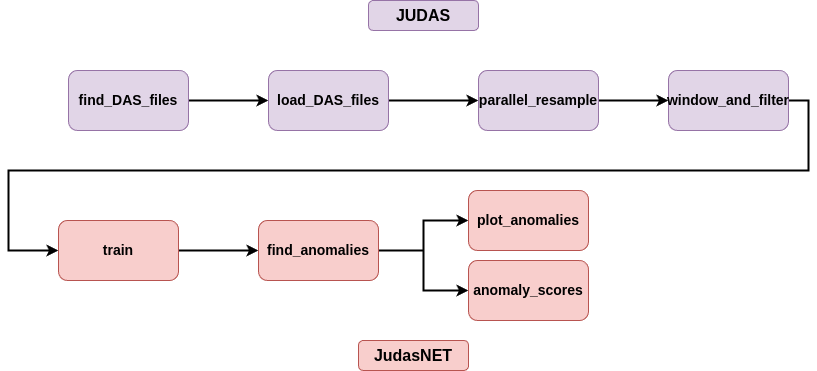
The draw.io diagram figures/api_overview.png in Jafagervik/master-thesis, before a commit. Source tidied: cells renumbered, new cells last; positions are measured from the earlier drawing's top-left corner, leaving out a move shared by most shapes. Its diagram source:
```xml
<mxGraphModel>
  <root>
    <mxCell id="0" />
    <mxCell id="1" parent="0" />
    <mxCell id="2" style="edgeStyle=orthogonalEdgeStyle;rounded=0;jettySize=auto;html=1;strokeWidth=2;" parent="1" edge="1" source="3" target="5">
      <mxGeometry relative="1" as="geometry" />
    </mxCell>
    <mxCell id="3" value="&lt;font style=&quot;font-size: 14px;&quot;&gt;&lt;b&gt;find_DAS_files&lt;/b&gt;&lt;/font&gt;" style="rounded=1;whiteSpace=wrap;html=1;fillColor=#e1d5e7;strokeColor=#9673a6;" parent="1" vertex="1">
      <mxGeometry x="60" y="70" width="120" height="60" as="geometry" />
    </mxCell>
    <mxCell id="4" style="edgeStyle=orthogonalEdgeStyle;rounded=0;jettySize=auto;html=1;entryX=0;entryY=0.5;entryDx=0;entryDy=0;strokeWidth=2;" parent="1" edge="1" source="5" target="7">
      <mxGeometry relative="1" as="geometry" />
    </mxCell>
    <mxCell id="5" value="&lt;font style=&quot;font-size: 14px;&quot;&gt;&lt;b&gt;load_DAS_files&lt;/b&gt;&lt;/font&gt;" style="rounded=1;whiteSpace=wrap;html=1;fillColor=#e1d5e7;strokeColor=#9673a6;" parent="1" vertex="1">
      <mxGeometry x="260" y="70" width="120" height="60" as="geometry" />
    </mxCell>
    <mxCell id="6" style="edgeStyle=orthogonalEdgeStyle;rounded=0;jettySize=auto;html=1;entryX=0;entryY=0.5;entryDx=0;entryDy=0;strokeWidth=2;" parent="1" edge="1" source="7" target="9">
      <mxGeometry relative="1" as="geometry" />
    </mxCell>
    <mxCell id="7" value="&lt;font style=&quot;font-size: 14px;&quot;&gt;&lt;b&gt;parallel_resample&lt;/b&gt;&lt;/font&gt;" style="rounded=1;whiteSpace=wrap;html=1;fillColor=#e1d5e7;strokeColor=#9673a6;" parent="1" vertex="1">
      <mxGeometry x="470" y="70" width="120" height="60" as="geometry" />
    </mxCell>
    <mxCell id="8" style="edgeStyle=orthogonalEdgeStyle;rounded=0;jettySize=auto;html=1;entryX=0;entryY=0.5;entryDx=0;entryDy=0;exitX=1;exitY=0.5;exitDx=0;exitDy=0;strokeWidth=2;" parent="1" edge="1" source="9" target="11">
      <mxGeometry relative="1" as="geometry">
        <Array as="points">
          <mxPoint x="800" y="100" />
          <mxPoint x="800" y="170" />
          <mxPoint y="170" />
          <mxPoint y="250" />
        </Array>
      </mxGeometry>
    </mxCell>
    <mxCell id="9" value="&lt;font style=&quot;font-size: 14px;&quot;&gt;&lt;b&gt;window_and_filter&lt;/b&gt;&lt;/font&gt;" style="rounded=1;whiteSpace=wrap;html=1;fillColor=#e1d5e7;strokeColor=#9673a6;" parent="1" vertex="1">
      <mxGeometry x="660" y="70" width="120" height="60" as="geometry" />
    </mxCell>
    <mxCell id="10" style="edgeStyle=orthogonalEdgeStyle;rounded=0;jettySize=auto;html=1;entryX=0;entryY=0.5;entryDx=0;entryDy=0;strokeWidth=2;" parent="1" edge="1" source="11" target="14">
      <mxGeometry relative="1" as="geometry" />
    </mxCell>
    <mxCell id="11" value="&lt;font style=&quot;font-size: 14px;&quot;&gt;&lt;b&gt;train&lt;/b&gt;&lt;/font&gt;" style="rounded=1;whiteSpace=wrap;html=1;fillColor=#f8cecc;strokeColor=#b85450;" parent="1" vertex="1">
      <mxGeometry x="50" y="220" width="120" height="60" as="geometry" />
    </mxCell>
    <mxCell id="12" style="edgeStyle=orthogonalEdgeStyle;rounded=0;jettySize=auto;html=1;entryX=0;entryY=0.5;entryDx=0;entryDy=0;strokeWidth=2;" parent="1" edge="1" source="14" target="15">
      <mxGeometry relative="1" as="geometry" />
    </mxCell>
    <mxCell id="13" style="edgeStyle=orthogonalEdgeStyle;rounded=0;jettySize=auto;html=1;exitX=1;exitY=0.5;exitDx=0;exitDy=0;entryX=0;entryY=0.5;entryDx=0;entryDy=0;strokeWidth=2;" parent="1" edge="1" source="14" target="16">
      <mxGeometry relative="1" as="geometry" />
    </mxCell>
    <mxCell id="14" value="&lt;font style=&quot;font-size: 14px;&quot;&gt;&lt;b&gt;find_anomalies&lt;/b&gt;&lt;/font&gt;" style="rounded=1;whiteSpace=wrap;html=1;fillColor=#f8cecc;strokeColor=#b85450;" parent="1" vertex="1">
      <mxGeometry x="250" y="220" width="120" height="60" as="geometry" />
    </mxCell>
    <mxCell id="15" value="&lt;font style=&quot;font-size: 14px;&quot;&gt;&lt;b&gt;plot_anomalies&lt;/b&gt;&lt;/font&gt;" style="rounded=1;whiteSpace=wrap;html=1;fillColor=#f8cecc;strokeColor=#b85450;" parent="1" vertex="1">
      <mxGeometry x="460" y="190" width="120" height="60" as="geometry" />
    </mxCell>
    <mxCell id="16" value="&lt;font style=&quot;font-size: 14px;&quot;&gt;&lt;b&gt;anomaly_scores&lt;/b&gt;&lt;/font&gt;" style="rounded=1;whiteSpace=wrap;html=1;fillColor=#f8cecc;strokeColor=#b85450;" parent="1" vertex="1">
      <mxGeometry x="460" y="260" width="120" height="60" as="geometry" />
    </mxCell>
    <mxCell id="17" value="&lt;b&gt;&lt;font style=&quot;font-size: 16px;&quot;&gt;JUDAS&lt;/font&gt;&lt;/b&gt;" style="rounded=1;whiteSpace=wrap;html=1;fillColor=#e1d5e7;strokeColor=#9673a6;" parent="1" vertex="1">
      <mxGeometry x="360" width="110" height="30" as="geometry" />
    </mxCell>
    <mxCell id="18" value="&lt;b&gt;&lt;font style=&quot;font-size: 16px;&quot;&gt;JudasNET&lt;/font&gt;&lt;/b&gt;" style="rounded=1;whiteSpace=wrap;html=1;fillColor=#f8cecc;strokeColor=#b85450;" parent="1" vertex="1">
      <mxGeometry x="350" y="340" width="110" height="30" as="geometry" />
    </mxCell>
  </root>
</mxGraphModel>
```
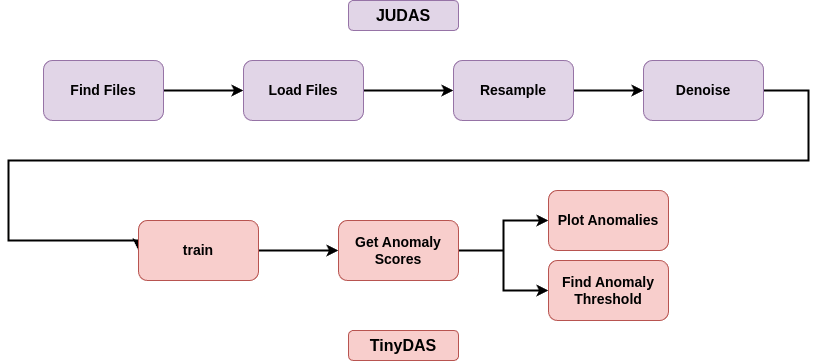
The same file after the commit.

Diff of the diagram source:
```diff
@@ -5,20 +5,20 @@
     <mxCell id="2" style="edgeStyle=orthogonalEdgeStyle;rounded=0;jettySize=auto;html=1;strokeWidth=2;" parent="1" edge="1" source="3" target="5">
       <mxGeometry relative="1" as="geometry" />
     </mxCell>
-    <mxCell id="3" value="&lt;font style=&quot;font-size: 14px;&quot;&gt;&lt;b&gt;find_DAS_files&lt;/b&gt;&lt;/font&gt;" style="rounded=1;whiteSpace=wrap;html=1;fillColor=#e1d5e7;strokeColor=#9673a6;" parent="1" vertex="1">
-      <mxGeometry x="60" y="70" width="120" height="60" as="geometry" />
+    <mxCell id="3" value="&lt;span style=&quot;font-size: 14px;&quot;&gt;&lt;b&gt;Find Files&lt;/b&gt;&lt;/span&gt;" style="rounded=1;whiteSpace=wrap;html=1;fillColor=#e1d5e7;strokeColor=#9673a6;" parent="1" vertex="1">
+      <mxGeometry x="35" y="70" width="120" height="60" as="geometry" />
     </mxCell>
     <mxCell id="4" style="edgeStyle=orthogonalEdgeStyle;rounded=0;jettySize=auto;html=1;entryX=0;entryY=0.5;entryDx=0;entryDy=0;strokeWidth=2;" parent="1" edge="1" source="5" target="7">
       <mxGeometry relative="1" as="geometry" />
     </mxCell>
-    <mxCell id="5" value="&lt;font style=&quot;font-size: 14px;&quot;&gt;&lt;b&gt;load_DAS_files&lt;/b&gt;&lt;/font&gt;" style="rounded=1;whiteSpace=wrap;html=1;fillColor=#e1d5e7;strokeColor=#9673a6;" parent="1" vertex="1">
-      <mxGeometry x="260" y="70" width="120" height="60" as="geometry" />
+    <mxCell id="5" value="&lt;font style=&quot;font-size: 14px;&quot;&gt;&lt;b&gt;Load Files&lt;/b&gt;&lt;/font&gt;" style="rounded=1;whiteSpace=wrap;html=1;fillColor=#e1d5e7;strokeColor=#9673a6;" parent="1" vertex="1">
+      <mxGeometry x="235" y="70" width="120" height="60" as="geometry" />
     </mxCell>
     <mxCell id="6" style="edgeStyle=orthogonalEdgeStyle;rounded=0;jettySize=auto;html=1;entryX=0;entryY=0.5;entryDx=0;entryDy=0;strokeWidth=2;" parent="1" edge="1" source="7" target="9">
       <mxGeometry relative="1" as="geometry" />
     </mxCell>
-    <mxCell id="7" value="&lt;font style=&quot;font-size: 14px;&quot;&gt;&lt;b&gt;parallel_resample&lt;/b&gt;&lt;/font&gt;" style="rounded=1;whiteSpace=wrap;html=1;fillColor=#e1d5e7;strokeColor=#9673a6;" parent="1" vertex="1">
-      <mxGeometry x="470" y="70" width="120" height="60" as="geometry" />
+    <mxCell id="7" value="&lt;font style=&quot;font-size: 14px;&quot;&gt;&lt;b&gt;Resample&lt;/b&gt;&lt;/font&gt;" style="rounded=1;whiteSpace=wrap;html=1;fillColor=#e1d5e7;strokeColor=#9673a6;" parent="1" vertex="1">
+      <mxGeometry x="445" y="70" width="120" height="60" as="geometry" />
     </mxCell>
     <mxCell id="8" style="edgeStyle=orthogonalEdgeStyle;rounded=0;jettySize=auto;html=1;entryX=0;entryY=0.5;entryDx=0;entryDy=0;exitX=1;exitY=0.5;exitDx=0;exitDy=0;strokeWidth=2;" parent="1" edge="1" source="9" target="11">
       <mxGeometry relative="1" as="geometry">
@@ -30,14 +30,14 @@
         </Array>
       </mxGeometry>
     </mxCell>
-    <mxCell id="9" value="&lt;font style=&quot;font-size: 14px;&quot;&gt;&lt;b&gt;window_and_filter&lt;/b&gt;&lt;/font&gt;" style="rounded=1;whiteSpace=wrap;html=1;fillColor=#e1d5e7;strokeColor=#9673a6;" parent="1" vertex="1">
-      <mxGeometry x="660" y="70" width="120" height="60" as="geometry" />
+    <mxCell id="9" value="&lt;font style=&quot;font-size: 14px;&quot;&gt;&lt;b&gt;Denoise&lt;/b&gt;&lt;/font&gt;" style="rounded=1;whiteSpace=wrap;html=1;fillColor=#e1d5e7;strokeColor=#9673a6;" parent="1" vertex="1">
+      <mxGeometry x="635" y="70" width="120" height="60" as="geometry" />
     </mxCell>
     <mxCell id="10" style="edgeStyle=orthogonalEdgeStyle;rounded=0;jettySize=auto;html=1;entryX=0;entryY=0.5;entryDx=0;entryDy=0;strokeWidth=2;" parent="1" edge="1" source="11" target="14">
       <mxGeometry relative="1" as="geometry" />
     </mxCell>
     <mxCell id="11" value="&lt;font style=&quot;font-size: 14px;&quot;&gt;&lt;b&gt;train&lt;/b&gt;&lt;/font&gt;" style="rounded=1;whiteSpace=wrap;html=1;fillColor=#f8cecc;strokeColor=#b85450;" parent="1" vertex="1">
-      <mxGeometry x="50" y="220" width="120" height="60" as="geometry" />
+      <mxGeometry x="130" y="230" width="120" height="60" as="geometry" />
     </mxCell>
     <mxCell id="12" style="edgeStyle=orthogonalEdgeStyle;rounded=0;jettySize=auto;html=1;entryX=0;entryY=0.5;entryDx=0;entryDy=0;strokeWidth=2;" parent="1" edge="1" source="14" target="15">
       <mxGeometry relative="1" as="geometry" />
@@ -45,20 +45,20 @@
     <mxCell id="13" style="edgeStyle=orthogonalEdgeStyle;rounded=0;jettySize=auto;html=1;exitX=1;exitY=0.5;exitDx=0;exitDy=0;entryX=0;entryY=0.5;entryDx=0;entryDy=0;strokeWidth=2;" parent="1" edge="1" source="14" target="16">
       <mxGeometry relative="1" as="geometry" />
     </mxCell>
-    <mxCell id="14" value="&lt;font style=&quot;font-size: 14px;&quot;&gt;&lt;b&gt;find_anomalies&lt;/b&gt;&lt;/font&gt;" style="rounded=1;whiteSpace=wrap;html=1;fillColor=#f8cecc;strokeColor=#b85450;" parent="1" vertex="1">
-      <mxGeometry x="250" y="220" width="120" height="60" as="geometry" />
+    <mxCell id="14" value="&lt;b style=&quot;font-size: 14px;&quot;&gt;Get Anomaly Scores&lt;/b&gt;" style="rounded=1;whiteSpace=wrap;html=1;fillColor=#f8cecc;strokeColor=#b85450;" parent="1" vertex="1">
+      <mxGeometry x="330" y="230" width="120" height="60" as="geometry" />
     </mxCell>
-    <mxCell id="15" value="&lt;font style=&quot;font-size: 14px;&quot;&gt;&lt;b&gt;plot_anomalies&lt;/b&gt;&lt;/font&gt;" style="rounded=1;whiteSpace=wrap;html=1;fillColor=#f8cecc;strokeColor=#b85450;" parent="1" vertex="1">
-      <mxGeometry x="460" y="190" width="120" height="60" as="geometry" />
+    <mxCell id="15" value="&lt;font style=&quot;font-size: 14px;&quot;&gt;&lt;b&gt;Plot Anomalies&lt;/b&gt;&lt;/font&gt;" style="rounded=1;whiteSpace=wrap;html=1;fillColor=#f8cecc;strokeColor=#b85450;" parent="1" vertex="1">
+      <mxGeometry x="540" y="200" width="120" height="60" as="geometry" />
     </mxCell>
-    <mxCell id="16" value="&lt;font style=&quot;font-size: 14px;&quot;&gt;&lt;b&gt;anomaly_scores&lt;/b&gt;&lt;/font&gt;" style="rounded=1;whiteSpace=wrap;html=1;fillColor=#f8cecc;strokeColor=#b85450;" parent="1" vertex="1">
-      <mxGeometry x="460" y="260" width="120" height="60" as="geometry" />
+    <mxCell id="16" value="&lt;span style=&quot;font-size: 14px;&quot;&gt;&lt;b&gt;Find Anomaly Threshold&lt;/b&gt;&lt;/span&gt;" style="rounded=1;whiteSpace=wrap;html=1;fillColor=#f8cecc;strokeColor=#b85450;" parent="1" vertex="1">
+      <mxGeometry x="540" y="270" width="120" height="60" as="geometry" />
     </mxCell>
     <mxCell id="17" value="&lt;b&gt;&lt;font style=&quot;font-size: 16px;&quot;&gt;JUDAS&lt;/font&gt;&lt;/b&gt;" style="rounded=1;whiteSpace=wrap;html=1;fillColor=#e1d5e7;strokeColor=#9673a6;" parent="1" vertex="1">
-      <mxGeometry x="360" width="110" height="30" as="geometry" />
+      <mxGeometry x="340" y="10" width="110" height="30" as="geometry" />
     </mxCell>
-    <mxCell id="18" value="&lt;b&gt;&lt;font style=&quot;font-size: 16px;&quot;&gt;JudasNET&lt;/font&gt;&lt;/b&gt;" style="rounded=1;whiteSpace=wrap;html=1;fillColor=#f8cecc;strokeColor=#b85450;" parent="1" vertex="1">
-      <mxGeometry x="350" y="340" width="110" height="30" as="geometry" />
+    <mxCell id="18" value="&lt;b&gt;&lt;font style=&quot;font-size: 16px;&quot;&gt;TinyDAS&lt;/font&gt;&lt;/b&gt;" style="rounded=1;whiteSpace=wrap;html=1;fillColor=#f8cecc;strokeColor=#b85450;" parent="1" vertex="1">
+      <mxGeometry x="340" y="340" width="110" height="30" as="geometry" />
     </mxCell>
   </root>
 </mxGraphModel>
```
